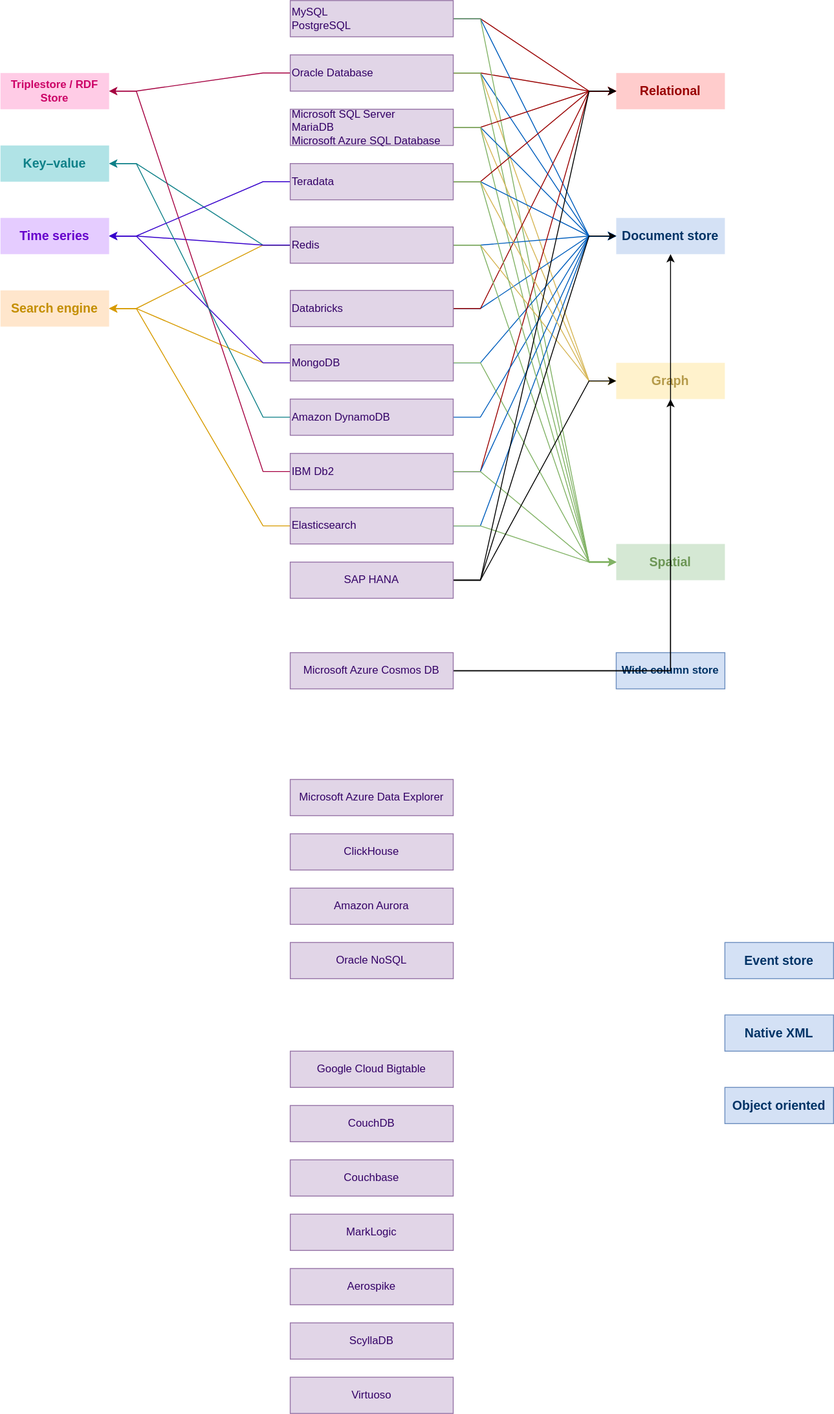
The draw.io diagram diagrams/multi_model_dbms.drawio.svg in ryndovaira-org/data_science_lectures, before a commit. Source tidied: cells renumbered, new cells last; positions are measured from the earlier drawing's top-left corner, leaving out a move shared by most shapes.
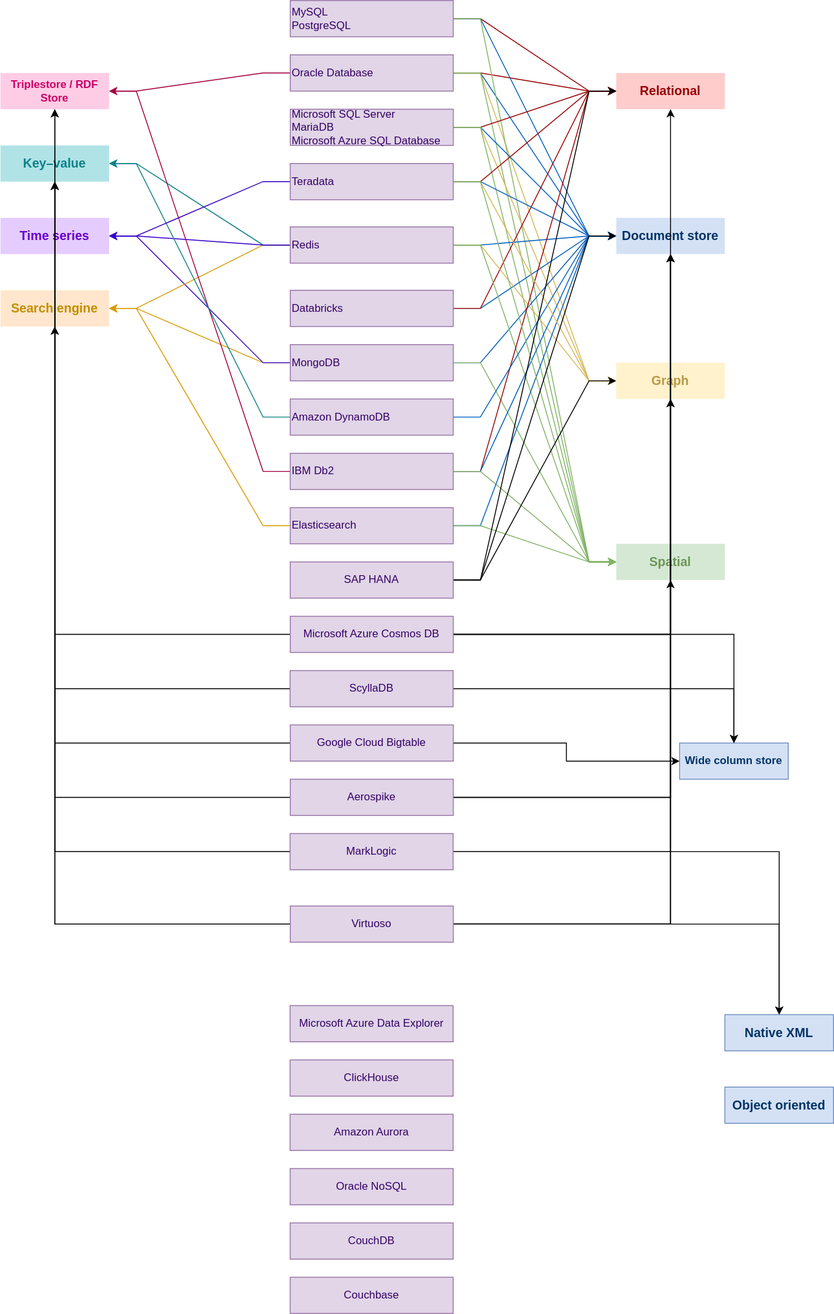
The same file after the commit.

The edit, as a diff of the source:
```diff
@@ -32,11 +32,8 @@
     <mxCell id="11" value="Spatial" style="rounded=0;whiteSpace=wrap;html=1;fontSize=14;fontStyle=1;strokeColor=none;fillColor=#d5e8d4;fontColor=#6D9656;" parent="1" vertex="1">
       <mxGeometry x="680" y="600" width="120" height="40" as="geometry" />
     </mxCell>
-    <mxCell id="12" value="Event store" style="rounded=0;whiteSpace=wrap;html=1;fontSize=14;fontStyle=1;strokeColor=#6C8EBF;fontColor=#003366;fillColor=#D4E1F5;" parent="1" vertex="1">
-      <mxGeometry x="800" y="1040" width="120" height="40" as="geometry" />
-    </mxCell>
     <mxCell id="13" value="Wide column store" style="rounded=0;whiteSpace=wrap;html=1;fontSize=12;fontStyle=1;strokeColor=#6C8EBF;fontColor=#003366;fillColor=#D4E1F5;" parent="1" vertex="1">
-      <mxGeometry x="680" y="720" width="120" height="40" as="geometry" />
+      <mxGeometry x="750" y="820" width="120" height="40" as="geometry" />
     </mxCell>
     <mxCell id="14" style="rounded=0;jettySize=auto;html=1;edgeStyle=entityRelationEdgeStyle;strokeColor=#005EBD;" parent="1" edge="1" source="19" target="5">
       <mxGeometry relative="1" as="geometry" />
@@ -200,41 +197,98 @@
     <mxCell id="67" style="edgeStyle=orthogonalEdgeStyle;rounded=0;jettySize=auto;html=1;" parent="1" edge="1" source="68" target="6">
       <mxGeometry relative="1" as="geometry" />
     </mxCell>
+    <mxCell id="80" style="edgeStyle=orthogonalEdgeStyle;rounded=0;jettySize=auto;html=1;" parent="1" edge="1" source="68" target="2">
+      <mxGeometry relative="1" as="geometry" />
+    </mxCell>
+    <mxCell id="81" style="edgeStyle=orthogonalEdgeStyle;rounded=0;jettySize=auto;html=1;" parent="1" edge="1" source="68" target="13">
+      <mxGeometry relative="1" as="geometry" />
+    </mxCell>
     <mxCell id="68" value="&lt;div&gt;Microsoft Azure Cosmos DB&lt;/div&gt;" style="rounded=0;whiteSpace=wrap;html=1;fillColor=#e1d5e7;strokeColor=#9673a6;fontColor=#330066;" parent="1" vertex="1">
-      <mxGeometry x="320" y="720" width="180" height="40" as="geometry" />
+      <mxGeometry x="320.1" y="680" width="180" height="40" as="geometry" />
     </mxCell>
     <mxCell id="69" value="ClickHouse" style="rounded=0;whiteSpace=wrap;html=1;fillColor=#e1d5e7;strokeColor=#9673a6;fontColor=#330066;" parent="1" vertex="1">
-      <mxGeometry x="320" y="920" width="180" height="40" as="geometry" />
+      <mxGeometry x="319.9" y="1170" width="180" height="40" as="geometry" />
     </mxCell>
     <mxCell id="70" value="CouchDB" style="rounded=0;whiteSpace=wrap;html=1;fillColor=#e1d5e7;strokeColor=#9673a6;fontColor=#330066;" parent="1" vertex="1">
-      <mxGeometry x="320" y="1220" width="180" height="40" as="geometry" />
+      <mxGeometry x="319.9" y="1350" width="180" height="40" as="geometry" />
     </mxCell>
     <mxCell id="71" value="Couchbase" style="rounded=0;whiteSpace=wrap;html=1;fillColor=#e1d5e7;strokeColor=#9673a6;fontColor=#330066;" parent="1" vertex="1">
-      <mxGeometry x="320" y="1280" width="180" height="40" as="geometry" />
+      <mxGeometry x="319.9" y="1410" width="180" height="40" as="geometry" />
     </mxCell>
     <mxCell id="72" value="Amazon Aurora" style="rounded=0;whiteSpace=wrap;html=1;fillColor=#e1d5e7;strokeColor=#9673a6;fontColor=#330066;" parent="1" vertex="1">
-      <mxGeometry x="320" y="980" width="180" height="40" as="geometry" />
+      <mxGeometry x="319.9" y="1230" width="180" height="40" as="geometry" />
     </mxCell>
+    <mxCell id="82" style="edgeStyle=orthogonalEdgeStyle;rounded=0;jettySize=auto;html=1;" parent="1" edge="1" source="73" target="10">
+      <mxGeometry relative="1" as="geometry" />
+    </mxCell>
+    <mxCell id="83" style="edgeStyle=orthogonalEdgeStyle;rounded=0;jettySize=auto;html=1;" parent="1" edge="1" source="73" target="5">
+      <mxGeometry relative="1" as="geometry" />
+    </mxCell>
+    <mxCell id="84" style="edgeStyle=orthogonalEdgeStyle;rounded=0;jettySize=auto;html=1;" parent="1" edge="1" source="73" target="3">
+      <mxGeometry relative="1" as="geometry" />
+    </mxCell>
+    <mxCell id="85" style="edgeStyle=orthogonalEdgeStyle;rounded=0;jettySize=auto;html=1;" parent="1" edge="1" source="73" target="9">
+      <mxGeometry relative="1" as="geometry" />
+    </mxCell>
     <mxCell id="73" value="MarkLogic" style="rounded=0;whiteSpace=wrap;html=1;fillColor=#e1d5e7;strokeColor=#9673a6;fontColor=#330066;" parent="1" vertex="1">
-      <mxGeometry x="320.1" y="1340" width="180" height="40" as="geometry" />
+      <mxGeometry x="319.9" y="920" width="180" height="40" as="geometry" />
     </mxCell>
     <mxCell id="74" value="&lt;div&gt;Microsoft Azure Data Explorer&lt;/div&gt;" style="rounded=0;whiteSpace=wrap;html=1;fillColor=#e1d5e7;strokeColor=#9673a6;fontColor=#330066;" parent="1" vertex="1">
-      <mxGeometry x="320" y="860" width="180" height="40" as="geometry" />
+      <mxGeometry x="319.9" y="1110" width="180" height="40" as="geometry" />
     </mxCell>
+    <mxCell id="86" style="edgeStyle=orthogonalEdgeStyle;rounded=0;jettySize=auto;html=1;" parent="1" edge="1" source="75" target="13">
+      <mxGeometry relative="1" as="geometry" />
+    </mxCell>
+    <mxCell id="87" style="edgeStyle=orthogonalEdgeStyle;rounded=0;jettySize=auto;html=1;" parent="1" edge="1" source="75" target="2">
+      <mxGeometry relative="1" as="geometry" />
+    </mxCell>
     <mxCell id="75" value="&lt;div&gt;Google Cloud Bigtable&lt;/div&gt;" style="rounded=0;whiteSpace=wrap;html=1;fillColor=#e1d5e7;strokeColor=#9673a6;fontColor=#330066;" parent="1" vertex="1">
-      <mxGeometry x="320.1" y="1160" width="180" height="40" as="geometry" />
+      <mxGeometry x="320.1" y="800" width="180" height="40" as="geometry" />
     </mxCell>
+    <mxCell id="88" style="edgeStyle=orthogonalEdgeStyle;rounded=0;jettySize=auto;html=1;" parent="1" edge="1" source="76" target="13">
+      <mxGeometry relative="1" as="geometry" />
+    </mxCell>
+    <mxCell id="89" style="edgeStyle=orthogonalEdgeStyle;rounded=0;jettySize=auto;html=1;" parent="1" edge="1" source="76" target="2">
+      <mxGeometry relative="1" as="geometry" />
+    </mxCell>
     <mxCell id="76" value="ScyllaDB" style="rounded=0;whiteSpace=wrap;html=1;fillColor=#e1d5e7;strokeColor=#9673a6;fontColor=#330066;" parent="1" vertex="1">
-      <mxGeometry x="320.1" y="1460" width="180" height="40" as="geometry" />
+      <mxGeometry x="319.9" y="740" width="180" height="40" as="geometry" />
     </mxCell>
+    <mxCell id="90" style="edgeStyle=orthogonalEdgeStyle;rounded=0;jettySize=auto;html=1;" parent="1" edge="1" source="77" target="11">
+      <mxGeometry relative="1" as="geometry" />
+    </mxCell>
+    <mxCell id="91" style="edgeStyle=orthogonalEdgeStyle;rounded=0;jettySize=auto;html=1;" parent="1" edge="1" source="77" target="5">
+      <mxGeometry relative="1" as="geometry" />
+    </mxCell>
+    <mxCell id="92" style="edgeStyle=orthogonalEdgeStyle;rounded=0;jettySize=auto;html=1;" parent="1" edge="1" source="77" target="2">
+      <mxGeometry relative="1" as="geometry" />
+    </mxCell>
     <mxCell id="77" value="Aerospike" style="rounded=0;whiteSpace=wrap;html=1;fillColor=#e1d5e7;strokeColor=#9673a6;fontColor=#330066;" parent="1" vertex="1">
-      <mxGeometry x="320" y="1400" width="180" height="40" as="geometry" />
+      <mxGeometry x="320.1" y="860" width="180" height="40" as="geometry" />
     </mxCell>
     <mxCell id="78" value="Oracle NoSQL" style="rounded=0;whiteSpace=wrap;html=1;fillColor=#e1d5e7;strokeColor=#9673a6;fontColor=#330066;" parent="1" vertex="1">
-      <mxGeometry x="320.1" y="1040" width="180" height="40" as="geometry" />
+      <mxGeometry x="319.9" y="1290" width="180" height="40" as="geometry" />
     </mxCell>
+    <mxCell id="93" style="edgeStyle=orthogonalEdgeStyle;rounded=0;jettySize=auto;html=1;" parent="1" edge="1" source="79" target="5">
+      <mxGeometry relative="1" as="geometry" />
+    </mxCell>
+    <mxCell id="94" style="edgeStyle=orthogonalEdgeStyle;rounded=0;jettySize=auto;html=1;" parent="1" edge="1" source="79" target="6">
+      <mxGeometry relative="1" as="geometry" />
+    </mxCell>
+    <mxCell id="95" style="edgeStyle=orthogonalEdgeStyle;rounded=0;jettySize=auto;html=1;" parent="1" edge="1" source="79" target="10">
+      <mxGeometry relative="1" as="geometry" />
+    </mxCell>
+    <mxCell id="96" style="edgeStyle=orthogonalEdgeStyle;rounded=0;jettySize=auto;html=1;" parent="1" edge="1" source="79" target="7">
+      <mxGeometry relative="1" as="geometry" />
+    </mxCell>
+    <mxCell id="97" style="edgeStyle=orthogonalEdgeStyle;rounded=0;jettySize=auto;html=1;" parent="1" edge="1" source="79" target="3">
+      <mxGeometry relative="1" as="geometry" />
+    </mxCell>
+    <mxCell id="98" style="edgeStyle=orthogonalEdgeStyle;rounded=0;jettySize=auto;html=1;" parent="1" edge="1" source="79" target="9">
+      <mxGeometry relative="1" as="geometry" />
+    </mxCell>
     <mxCell id="79" value="Virtuoso" style="rounded=0;whiteSpace=wrap;html=1;fillColor=#e1d5e7;strokeColor=#9673a6;fontColor=#330066;" parent="1" vertex="1">
-      <mxGeometry x="320" y="1520" width="180" height="40" as="geometry" />
+      <mxGeometry x="320.1" y="1000" width="180" height="40" as="geometry" />
     </mxCell>
   </root>
 </mxGraphModel>
```
